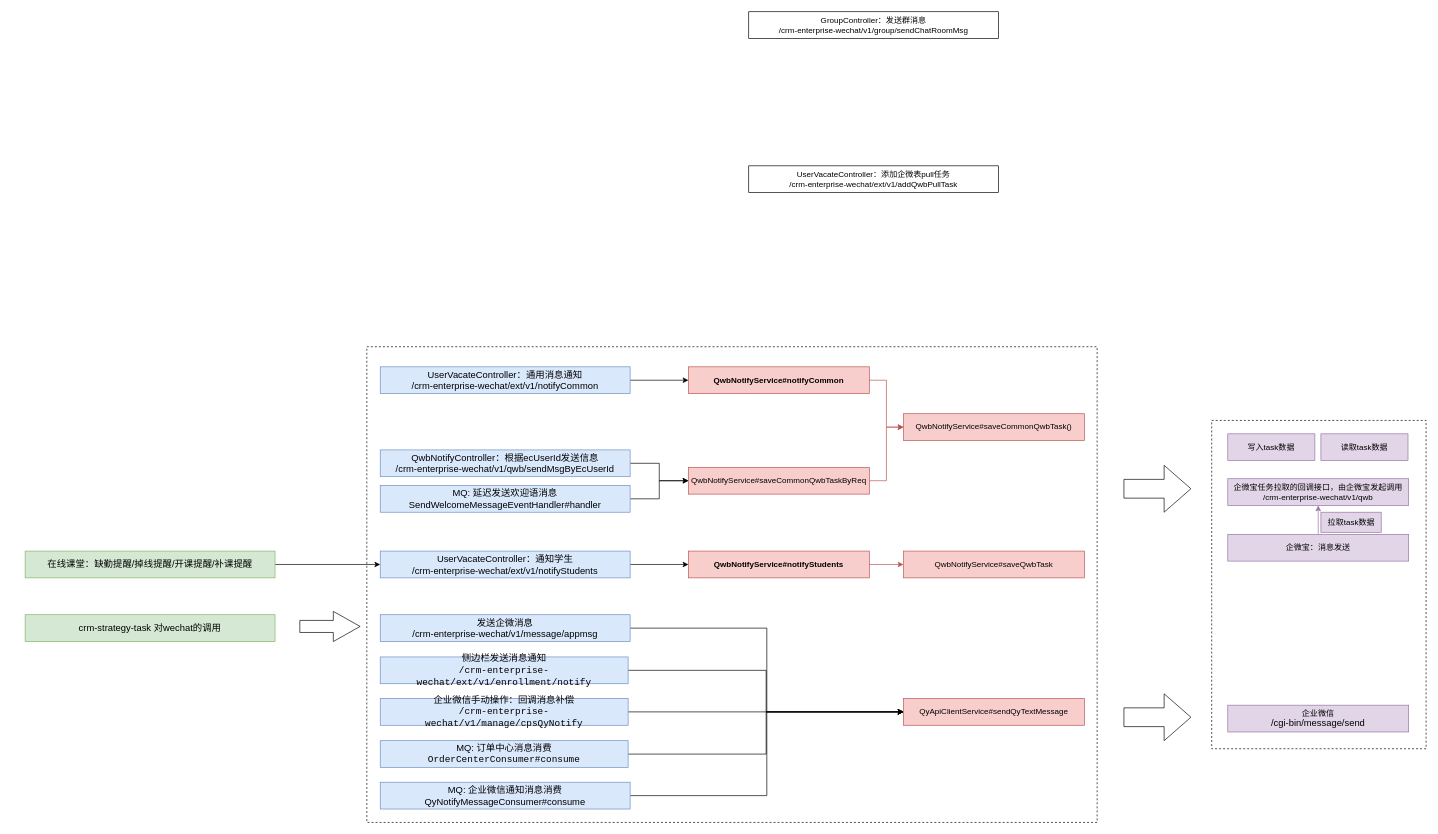
Above: 核桃-企微消息发送总结.drawio in hongweilv-whu/flowCharts (draw.io), before the change. Source tidied: cells renumbered, new cells numbered last; positions are measured from the earlier drawing's top-left corner, leaving out a move shared by most shapes. Both pictures are drawn from the tidied source at 67%, with x=0, y=0 at pixel (25, 11).
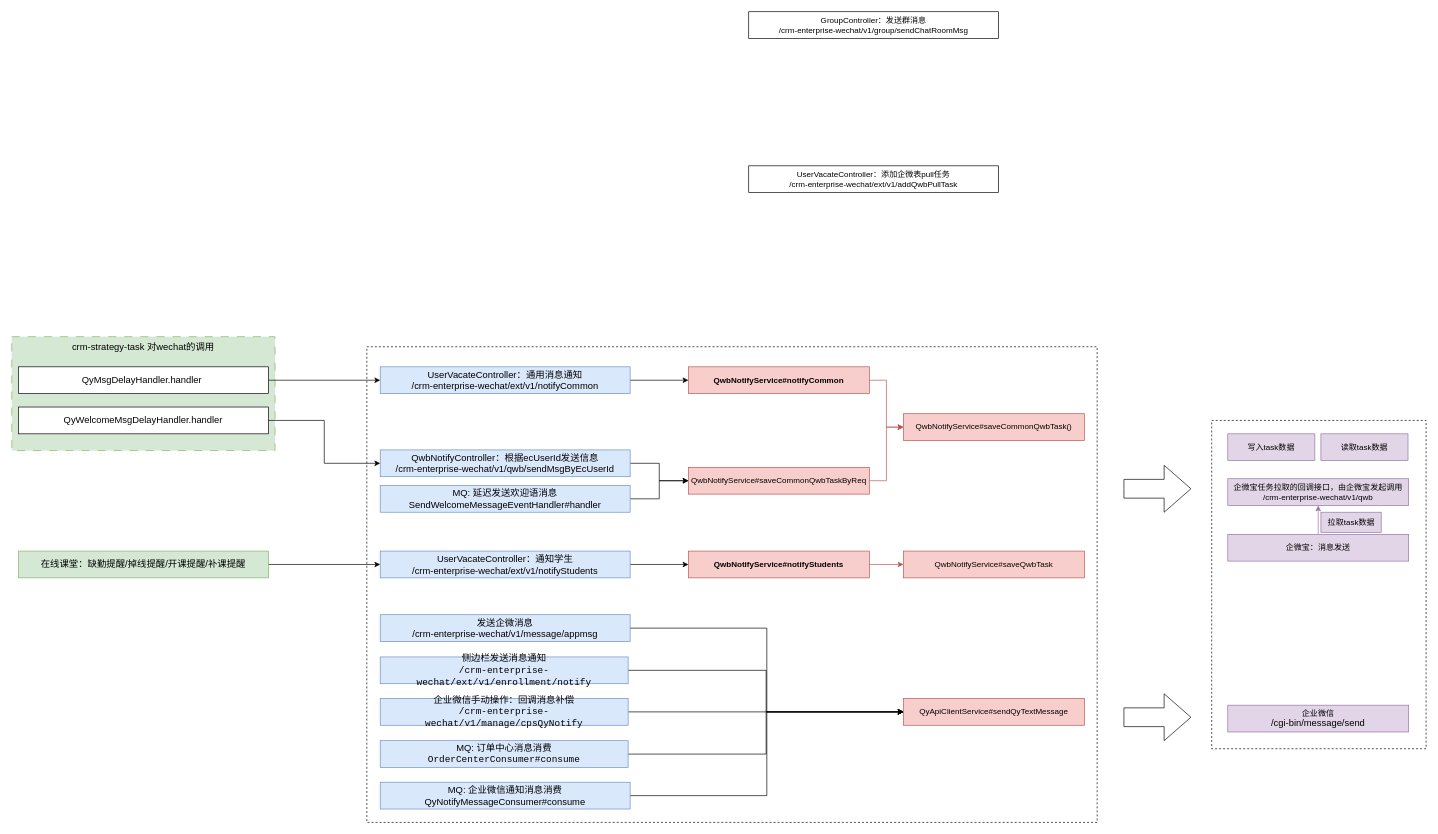
Above is the later version.

Commit message:
更新核桃-企微消息发送总结.drawio

The change refers to these unchanged cells:
```xml
<mxCell id="26" value="&lt;font style=&quot;font-size: 14px;&quot;&gt;UserVacateController：通用消息通知&lt;br style=&quot;font-size: 14px;&quot;&gt;/crm-enterprise-wechat/ext/v1/notifyCommon&lt;br style=&quot;font-size: 14px;&quot;&gt;&lt;/font&gt;" style="rounded=0;whiteSpace=wrap;html=1;fillColor=#dae8fc;strokeColor=#6c8ebf;fontSize=14;" parent="1" vertex="1">
  <mxGeometry x="530" y="530" width="373" height="40" as="geometry" />
</mxCell>
<mxCell id="29" value="&lt;font style=&quot;font-size: 14px;&quot;&gt;QwbNotifyController：根据ecUserId发送信息&lt;br style=&quot;font-size: 14px;&quot;&gt;/crm-enterprise-wechat/v1/qwb/sendMsgByEcUserId&lt;br style=&quot;font-size: 14px;&quot;&gt;&lt;/font&gt;" style="rounded=0;whiteSpace=wrap;html=1;fillColor=#dae8fc;strokeColor=#6c8ebf;fontSize=14;" parent="1" vertex="1">
  <mxGeometry x="530" y="654" width="373" height="40" as="geometry" />
</mxCell>
```

What changed in the source:
```diff
@@
+    <mxCell id="42" value="&lt;font style=&quot;font-size: 14px;&quot;&gt;crm-strategy-task 对wechat的调用&lt;br style=&quot;font-size: 14px;&quot;&gt;&lt;/font&gt;" style="rounded=0;whiteSpace=wrap;html=1;fillColor=#d5e8d4;strokeColor=#82b366;fontSize=14;dashed=1;dashPattern=12 12;verticalAlign=top;" parent="1" vertex="1">
+      <mxGeometry x="-20" y="485" width="393" height="170" as="geometry" />
+    </mxCell>
@@
     <mxCell id="41" value="&lt;font style=&quot;font-size: 14px;&quot;&gt;在线课堂：缺勤提醒/掉线提醒/开课提醒/补课提醒&lt;br style=&quot;font-size: 14px;&quot;&gt;&lt;/font&gt;" style="rounded=0;whiteSpace=wrap;html=1;fillColor=#d5e8d4;strokeColor=#82b366;fontSize=14;" parent="1" vertex="1">
-      <mxGeometry y="805" width="373" height="40" as="geometry" />
+      <mxGeometry x="-10" y="805" width="373" height="40" as="geometry" />
     </mxCell>
-    <mxCell id="42" value="&lt;font style=&quot;font-size: 14px;&quot;&gt;crm-strategy-task 对wechat的调用&lt;br style=&quot;font-size: 14px;&quot;&gt;&lt;/font&gt;" style="rounded=0;whiteSpace=wrap;html=1;fillColor=#d5e8d4;strokeColor=#82b366;fontSize=14;" parent="1" vertex="1">
-      <mxGeometry y="900" width="373" height="40" as="geometry" />
-    </mxCell>
@@
-    <mxCell id="45" style="html=1;shadow=0;dashed=0;align=center;verticalAlign=middle;shape=mxgraph.arrows2.arrow;dy=0.6;dx=40;notch=0;" parent="1" vertex="1">
-      <mxGeometry x="410" y="895" width="90" height="45" as="geometry" />
-    </mxCell>
+    <mxCell id="46" style="edgeStyle=orthogonalEdgeStyle;rounded=0;jettySize=auto;html=1;exitX=1;exitY=0.5;exitDx=0;exitDy=0;" parent="1" edge="1" source="47" target="26">
+      <mxGeometry relative="1" as="geometry" />
+    </mxCell>
+    <mxCell id="47" value="&lt;font style=&quot;&quot;&gt;QyMsgDelayHandler.handler&amp;nbsp;&lt;br style=&quot;font-size: 14px;&quot;&gt;&lt;/font&gt;" style="rounded=0;whiteSpace=wrap;html=1;fontSize=14;" parent="1" vertex="1">
+      <mxGeometry x="-10" y="530" width="373" height="40" as="geometry" />
+    </mxCell>
+    <mxCell id="48" style="edgeStyle=orthogonalEdgeStyle;rounded=0;jettySize=auto;html=1;exitX=1;exitY=0.5;exitDx=0;exitDy=0;entryX=0;entryY=0.5;entryDx=0;entryDy=0;" parent="1" edge="1" source="49" target="29">
+      <mxGeometry relative="1" as="geometry" />
+    </mxCell>
+    <mxCell id="49" value="&lt;font style=&quot;&quot;&gt;QyWelcomeMsgDelayHandler.handler&lt;br style=&quot;font-size: 14px;&quot;&gt;&lt;/font&gt;" style="rounded=0;whiteSpace=wrap;html=1;fontSize=14;" parent="1" vertex="1">
+      <mxGeometry x="-10" y="590" width="373" height="40" as="geometry" />
+    </mxCell>
```
